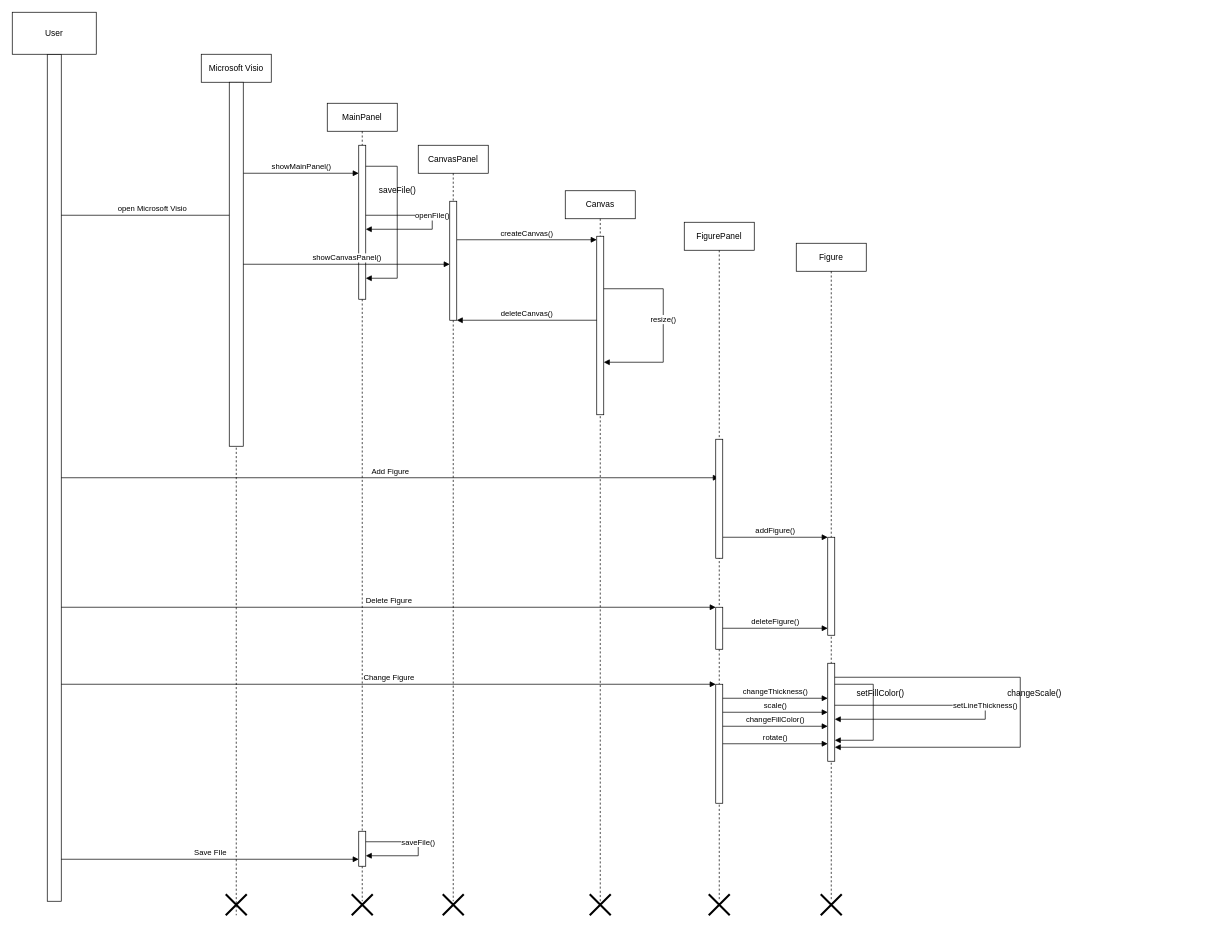
Before: ActionDia.drawio in hard-gainer/UML, a draw.io diagram. Source tidied: cells renumbered, new cells numbered last; positions are measured from the earlier drawing's top-left corner, leaving out a move shared by most shapes. Both pictures are drawn from the tidied source at 70%, with x=0, y=0 at pixel (12, 12).
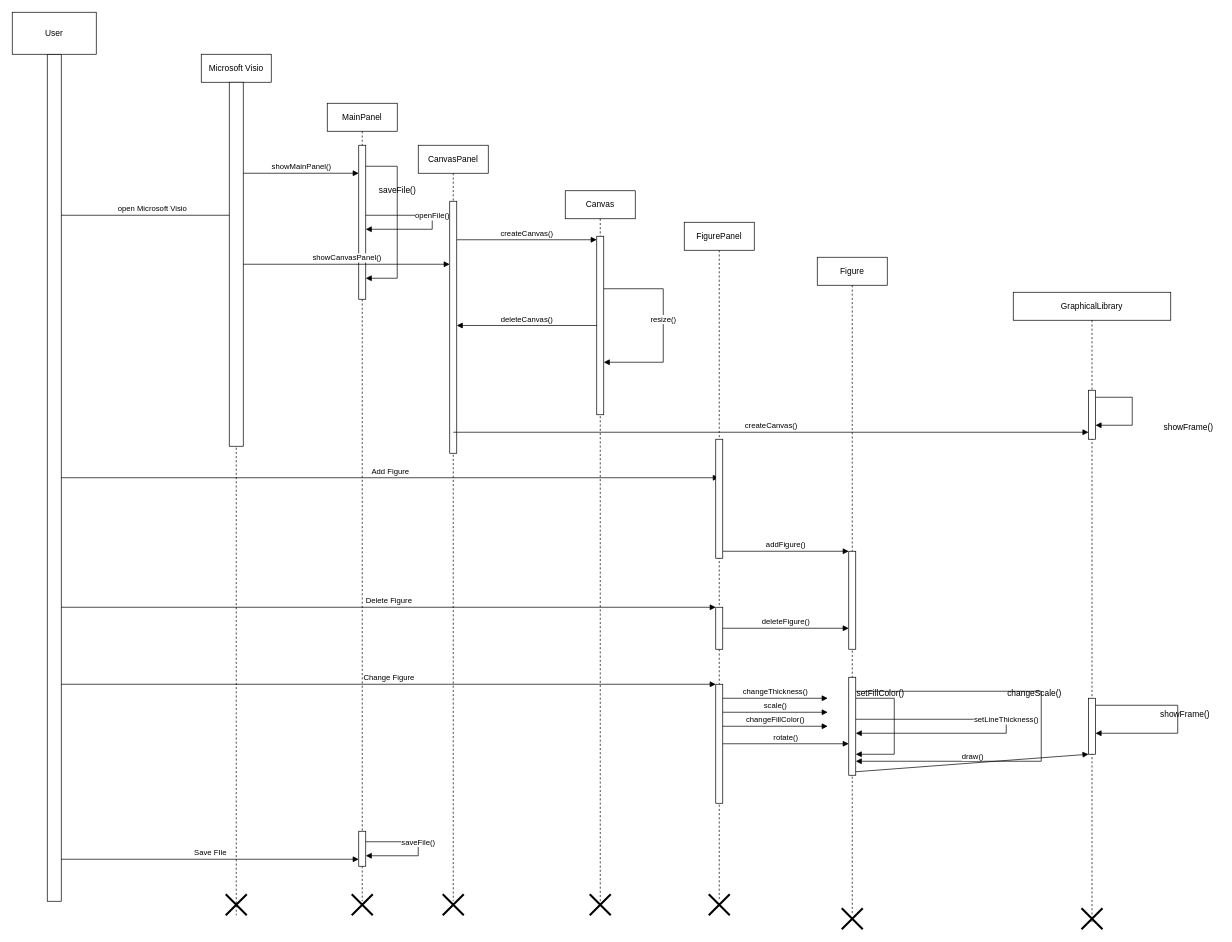
Above is the later version.

Unchanged cells that the change refers to:
```xml
<mxCell id="20" value="CanvasPanel" style="shape=umlLifeline;perimeter=lifelinePerimeter;whiteSpace=wrap;html=1;newEdgeStyle={&quot;edgeStyle&quot;:&quot;elbowEdgeStyle&quot;,&quot;elbow&quot;:&quot;vertical&quot;,&quot;curved&quot;:0,&quot;rounded&quot;:0};" parent="1" vertex="1">
  <mxGeometry x="580" y="190" width="100" height="1080" as="geometry" />
</mxCell>
<mxCell id="28" style="html=1;points=[[0,0,0,0,5],[0,1,0,0,-5],[1,0,0,0,5],[1,1,0,0,-5]];perimeter=orthogonalPerimeter;outlineConnect=0;targetShapes=umlLifeline;portConstraint=eastwest;newEdgeStyle={&quot;curved&quot;:0,&quot;rounded&quot;:0};" parent="25" vertex="1">
  <mxGeometry x="45" y="600" width="10" height="140" as="geometry" />
</mxCell>
```

The edit, as a diff of the source:
```diff
@@
     <mxCell id="21" style="html=1;points=[[0,0,0,0,5],[0,1,0,0,-5],[1,0,0,0,5],[1,1,0,0,-5]];perimeter=orthogonalPerimeter;outlineConnect=0;targetShapes=umlLifeline;portConstraint=eastwest;newEdgeStyle={&quot;curved&quot;:0,&quot;rounded&quot;:0};" parent="20" vertex="1">
-      <mxGeometry x="45" y="80" width="10" height="170" as="geometry" />
+      <mxGeometry x="45" y="80" width="10" height="360" as="geometry" />
     </mxCell>
@@
     <mxCell id="25" value="Figure" style="shape=umlLifeline;perimeter=lifelinePerimeter;whiteSpace=wrap;html=1;newEdgeStyle={&quot;edgeStyle&quot;:&quot;elbowEdgeStyle&quot;,&quot;elbow&quot;:&quot;vertical&quot;,&quot;curved&quot;:0,&quot;rounded&quot;:0};" parent="1" vertex="1">
-      <mxGeometry x="1120" y="330" width="100" height="940" as="geometry" />
+      <mxGeometry x="1150" y="350" width="100" height="940" as="geometry" />
     </mxCell>
@@
+    <mxCell id="52" value="GraphicalLibrary" style="shape=umlLifeline;perimeter=lifelinePerimeter;whiteSpace=wrap;html=1;newEdgeStyle={&quot;edgeStyle&quot;:&quot;elbowEdgeStyle&quot;,&quot;elbow&quot;:&quot;vertical&quot;,&quot;curved&quot;:0,&quot;rounded&quot;:0};" parent="1" vertex="1">
+      <mxGeometry x="1430" y="400" width="225" height="900" as="geometry" />
+    </mxCell>
+    <mxCell id="53" style="shape=umlDestroy;whiteSpace=wrap;html=1;strokeWidth=3;targetShapes=umlLifeline;" parent="52" vertex="1">
+      <mxGeometry x="97.5" y="880" width="30" height="30" as="geometry" />
+    </mxCell>
+    <mxCell id="54" style="html=1;points=[[0,0,0,0,5],[0,1,0,0,-5],[1,0,0,0,5],[1,1,0,0,-5]];perimeter=orthogonalPerimeter;outlineConnect=0;targetShapes=umlLifeline;portConstraint=eastwest;newEdgeStyle={&quot;curved&quot;:0,&quot;rounded&quot;:0};" parent="52" vertex="1">
+      <mxGeometry x="107.5" y="140" width="10" height="70" as="geometry" />
+    </mxCell>
+    <mxCell id="55" style="html=1;verticalAlign=bottom;endArrow=block;curved=0;rounded=0;" parent="52" edge="1" source="54" target="54">
+      <mxGeometry x="0.08" y="10" relative="1" as="geometry">
+        <Array as="points">
+          <mxPoint x="170" y="150" />
+          <mxPoint x="170" y="190" />
+        </Array>
+      </mxGeometry>
+    </mxCell>
+    <mxCell id="56" style="html=1;points=[[0,0,0,0,5],[0,1,0,0,-5],[1,0,0,0,5],[1,1,0,0,-5]];perimeter=orthogonalPerimeter;outlineConnect=0;targetShapes=umlLifeline;portConstraint=eastwest;newEdgeStyle={&quot;curved&quot;:0,&quot;rounded&quot;:0};" parent="52" vertex="1">
+      <mxGeometry x="107.5" y="580" width="10" height="80" as="geometry" />
+    </mxCell>
+    <mxCell id="57" style="html=1;verticalAlign=bottom;endArrow=block;curved=0;rounded=0;" parent="52" edge="1" source="56" target="56">
+      <mxGeometry x="0.08" y="10" relative="1" as="geometry">
+        <Array as="points">
+          <mxPoint x="235" y="590" />
+          <mxPoint x="235" y="630" />
+        </Array>
+      </mxGeometry>
+    </mxCell>
+    <mxCell id="58" value="showFrame()" style="text;html=1;align=center;verticalAlign=middle;strokeColor=none;fillColor=none;" parent="52" vertex="1">
+      <mxGeometry x="200" y="588" width="90" height="30" as="geometry" />
+    </mxCell>
+    <mxCell id="59" value="createCanvas()" style="html=1;verticalAlign=bottom;endArrow=block;curved=0;rounded=0;" parent="1" edge="1" target="54">
+      <mxGeometry relative="1" as="geometry">
+        <mxPoint x="630" y="600" as="sourcePoint" />
+      </mxGeometry>
+    </mxCell>
+    <mxCell id="60" value="showFrame()" style="text;html=1;align=center;verticalAlign=middle;strokeColor=none;fillColor=none;" parent="1" vertex="1">
+      <mxGeometry x="1635" y="578" width="90" height="30" as="geometry" />
+    </mxCell>
+    <mxCell id="61" value="draw()" style="html=1;verticalAlign=bottom;endArrow=block;curved=0;rounded=0;exitX=1;exitY=1;exitDx=0;exitDy=-5;exitPerimeter=0;" parent="1" edge="1" source="28" target="56">
+      <mxGeometry relative="1" as="geometry" />
+    </mxCell>
```
